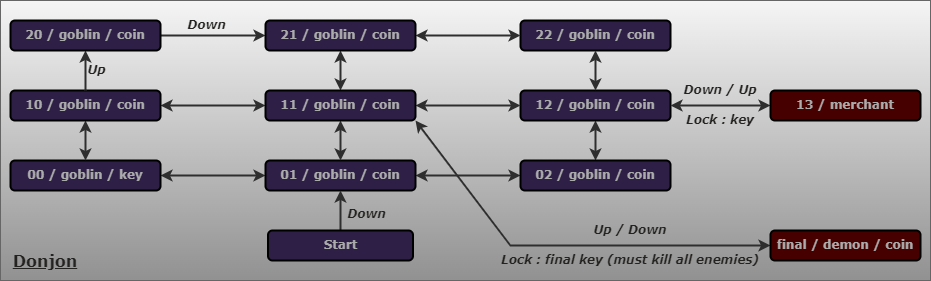
This is Java_RPG/doc/donjon.drawio.png from Vivien-Parsis/Jeux-rpg, a draw.io export, as it was before one commit. Source tidied: cells renumbered, new cells last; positions are measured from the earlier drawing's top-left corner, leaving out a move shared by most shapes.
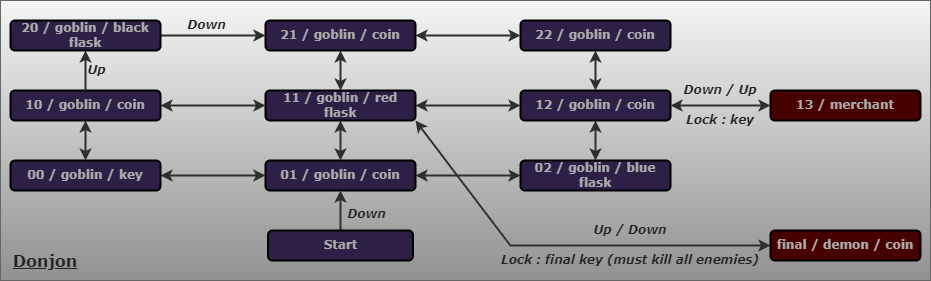
The same diagram one commit later.

Change to the diagram source:
```diff
@@ -26,7 +26,7 @@
     <mxCell id="9" style="edgeStyle=none;curved=1;html=1;strokeColor=#2E2E2E;strokeWidth=2;fontFamily=Verdana;fontSize=13;fontColor=#141414;startArrow=classic;startFill=1;endArrow=classic;endFill=1;entryX=0.5;entryY=1;entryDx=0;entryDy=0;" parent="1" edge="1" source="10" target="14">
       <mxGeometry relative="1" as="geometry" />
     </mxCell>
-    <mxCell id="10" value="02&amp;nbsp;/ goblin&amp;nbsp;/ coin" style="rounded=1;whiteSpace=wrap;html=1;fillStyle=auto;fillColor=#2E1F46;fontFamily=Verdana;fontColor=#ABABAB;labelBorderColor=none;fontStyle=1;fontSize=12;strokeColor=#000000;strokeWidth=2;" parent="1" vertex="1">
+    <mxCell id="10" value="02&amp;nbsp;/ goblin&amp;nbsp;/ blue flask" style="rounded=1;whiteSpace=wrap;html=1;fillStyle=auto;fillColor=#2E1F46;fontFamily=Verdana;fontColor=#ABABAB;labelBorderColor=none;fontStyle=1;fontSize=12;strokeColor=#000000;strokeWidth=2;" parent="1" vertex="1">
       <mxGeometry x="520" y="160" width="150" height="30" as="geometry" />
     </mxCell>
     <mxCell id="11" style="edgeStyle=none;html=1;strokeColor=#2E2E2E;startArrow=classic;startFill=1;endArrow=classic;endFill=1;strokeWidth=2;exitX=0;exitY=0.5;exitDx=0;exitDy=0;" parent="1" edge="1" source="26" target="13">
@@ -47,7 +47,7 @@
     <mxCell id="16" style="edgeStyle=none;html=1;strokeColor=#2E2E2E;startArrow=none;startFill=0;endArrow=classic;endFill=1;strokeWidth=2;exitX=0.5;exitY=0;exitDx=0;exitDy=0;entryX=0.5;entryY=1;entryDx=0;entryDy=0;" parent="1" edge="1" source="13" target="17">
       <mxGeometry relative="1" as="geometry" />
     </mxCell>
-    <mxCell id="17" value="20 / goblin&amp;nbsp;/ coin" style="rounded=1;whiteSpace=wrap;html=1;fillStyle=auto;fillColor=#2E1F46;fontFamily=Verdana;fontColor=#ABABAB;labelBorderColor=none;fontStyle=1;fontSize=12;strokeColor=#000000;strokeWidth=2;shadow=0;" parent="1" vertex="1">
+    <mxCell id="17" value="20 / goblin&amp;nbsp;/ black flask" style="rounded=1;whiteSpace=wrap;html=1;fillStyle=auto;fillColor=#2E1F46;fontFamily=Verdana;fontColor=#ABABAB;labelBorderColor=none;fontStyle=1;fontSize=12;strokeColor=#000000;strokeWidth=2;shadow=0;" parent="1" vertex="1">
       <mxGeometry x="10" y="20" width="150" height="30" as="geometry" />
     </mxCell>
     <mxCell id="18" value="22&amp;nbsp;/ goblin&amp;nbsp;/ coin" style="rounded=1;whiteSpace=wrap;html=1;fillStyle=auto;fillColor=#2E1F46;fontFamily=Verdana;fontColor=#ABABAB;labelBorderColor=none;fontStyle=1;fontSize=12;strokeColor=#000000;strokeWidth=2;" parent="1" vertex="1">
@@ -78,7 +78,7 @@
         </Array>
       </mxGeometry>
     </mxCell>
-    <mxCell id="26" value="11&amp;nbsp;/ goblin&amp;nbsp;/ coin" style="rounded=1;whiteSpace=wrap;html=1;fillStyle=auto;fillColor=#2E1F46;fontFamily=Verdana;fontColor=#ABABAB;labelBorderColor=none;fontStyle=1;fontSize=12;strokeColor=#000000;strokeWidth=2;" parent="1" vertex="1">
+    <mxCell id="26" value="11&amp;nbsp;/ goblin&amp;nbsp;/ red flask" style="rounded=1;whiteSpace=wrap;html=1;fillStyle=auto;fillColor=#2E1F46;fontFamily=Verdana;fontColor=#ABABAB;labelBorderColor=none;fontStyle=1;fontSize=12;strokeColor=#000000;strokeWidth=2;" parent="1" vertex="1">
       <mxGeometry x="265" y="90" width="150" height="30" as="geometry" />
     </mxCell>
     <mxCell id="27" style="edgeStyle=none;html=1;entryX=1;entryY=0.5;entryDx=0;entryDy=0;strokeColor=#2E2E2E;strokeWidth=2;fontFamily=Verdana;fontSize=12;fontColor=#ABABAB;startArrow=classic;startFill=1;endArrow=classic;endFill=1;exitX=0;exitY=0.5;exitDx=0;exitDy=0;rounded=0;" parent="1" edge="1" source="28" target="14">
```
